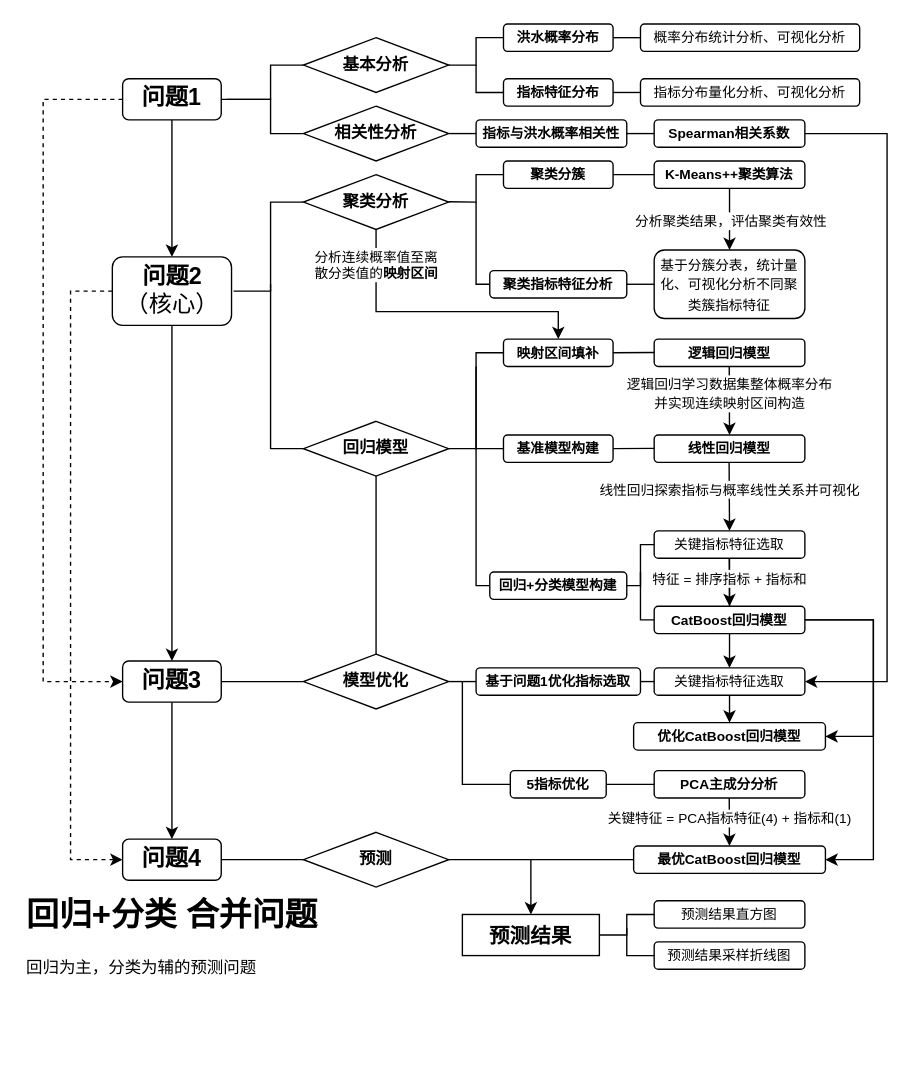
Before: APMCM24_cn/docs/流程图.drawio in drewjin/MathModeling, a draw.io diagram. Source tidied: cells renumbered, new cells numbered last; positions are measured from the earlier drawing's top-left corner, leaving out a move shared by most shapes. Both pictures are drawn from the tidied source at 137%, with x=0, y=0 at pixel (23, 23).
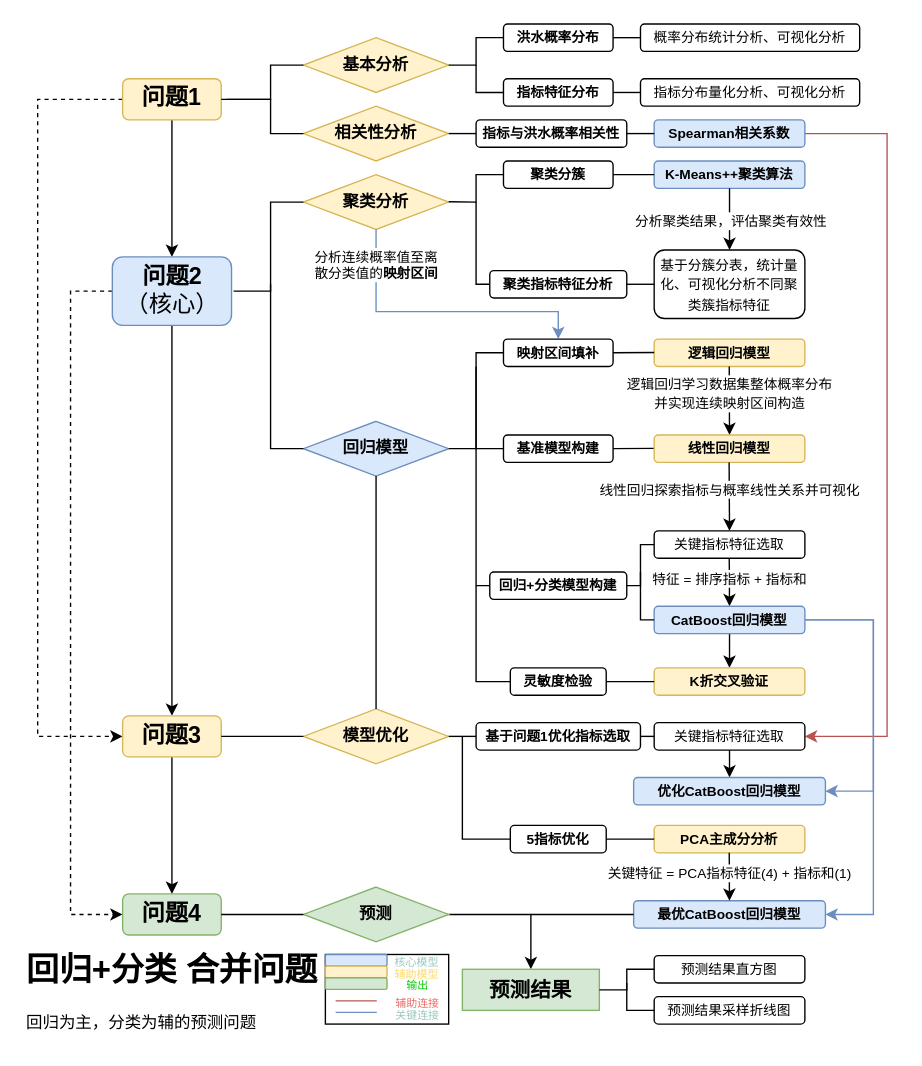
The same diagram, later.

Unchanged cells that the change refers to:
```xml
<mxCell id="44" value="&lt;font size=&quot;1&quot;&gt;&lt;b&gt;映射区间填补&lt;/b&gt;&lt;/font&gt;" style="rounded=1;whiteSpace=wrap;html=1;" parent="1" vertex="1">
  <mxGeometry x="350" y="230" width="80" height="20" as="geometry" />
</mxCell>
<mxCell id="57" value="&lt;font size=&quot;1&quot;&gt;关键指标特征选取&lt;/font&gt;" style="rounded=1;whiteSpace=wrap;html=1;" parent="1" vertex="1">
  <mxGeometry x="460" y="370" width="110" height="20" as="geometry" />
</mxCell>
```

Change to the diagram source:
```diff
@@
     <mxCell id="3" style="edgeStyle=orthogonalEdgeStyle;rounded=0;jettySize=auto;html=1;exitX=0;exitY=0.5;exitDx=0;exitDy=0;entryX=0;entryY=0.5;entryDx=0;entryDy=0;dashed=1;" parent="1" edge="1" source="4" target="9">
       <mxGeometry relative="1" as="geometry">
         <Array as="points">
-          <mxPoint x="14" y="55" />
-          <mxPoint x="14" y="480" />
+          <mxPoint x="10" y="55" />
+          <mxPoint x="10" y="520" />
         </Array>
       </mxGeometry>
     </mxCell>
-    <mxCell id="4" value="&lt;span style=&quot;font-size: 17px;&quot;&gt;&lt;b&gt;问题1&lt;/b&gt;&lt;/span&gt;" style="rounded=1;whiteSpace=wrap;html=1;" parent="1" vertex="1">
+    <mxCell id="4" value="&lt;span style=&quot;font-size: 17px;&quot;&gt;&lt;b&gt;问题1&lt;/b&gt;&lt;/span&gt;" style="rounded=1;whiteSpace=wrap;html=1;fillColor=#fff2cc;strokeColor=#d6b656;" parent="1" vertex="1">
       <mxGeometry x="72" y="40" width="72" height="30" as="geometry" />
     </mxCell>
@@
     <mxCell id="6" style="edgeStyle=orthogonalEdgeStyle;rounded=0;jettySize=auto;html=1;exitX=0;exitY=0.5;exitDx=0;exitDy=0;entryX=0;entryY=0.5;entryDx=0;entryDy=0;dashed=1;" parent="1" edge="1" source="7" target="10">
       <mxGeometry relative="1" as="geometry">
         <Array as="points">
           <mxPoint x="34" y="195" />
-          <mxPoint x="34" y="610" />
+          <mxPoint x="34" y="650" />
         </Array>
       </mxGeometry>
     </mxCell>
-    <mxCell id="7" value="&lt;span style=&quot;font-size: 17px;&quot;&gt;&lt;b&gt;问题2&lt;/b&gt;&lt;/span&gt;&lt;div&gt;&lt;span style=&quot;font-size: 17px;&quot;&gt;（核心）&lt;/span&gt;&lt;/div&gt;" style="rounded=1;whiteSpace=wrap;html=1;" parent="1" vertex="1">
+    <mxCell id="7" value="&lt;span style=&quot;font-size: 17px;&quot;&gt;&lt;b&gt;问题2&lt;/b&gt;&lt;/span&gt;&lt;div&gt;&lt;span style=&quot;font-size: 17px;&quot;&gt;（核心）&lt;/span&gt;&lt;/div&gt;" style="rounded=1;whiteSpace=wrap;html=1;fillColor=#dae8fc;strokeColor=#6c8ebf;" parent="1" vertex="1">
       <mxGeometry x="64.5" y="170" width="87" height="50" as="geometry" />
     </mxCell>
@@
-    <mxCell id="9" value="&lt;span style=&quot;font-size: 17px;&quot;&gt;&lt;b&gt;问题3&lt;/b&gt;&lt;/span&gt;" style="rounded=1;whiteSpace=wrap;html=1;" parent="1" vertex="1">
-      <mxGeometry x="72" y="465" width="72" height="30" as="geometry" />
+    <mxCell id="9" value="&lt;span style=&quot;font-size: 17px;&quot;&gt;&lt;b&gt;问题3&lt;/b&gt;&lt;/span&gt;" style="rounded=1;whiteSpace=wrap;html=1;fillColor=#fff2cc;strokeColor=#d6b656;" parent="1" vertex="1">
+      <mxGeometry x="72" y="505" width="72" height="30" as="geometry" />
     </mxCell>
-    <mxCell id="10" value="&lt;span style=&quot;font-size: 17px;&quot;&gt;&lt;b&gt;问题4&lt;/b&gt;&lt;/span&gt;" style="rounded=1;whiteSpace=wrap;html=1;" parent="1" vertex="1">
-      <mxGeometry x="72" y="595" width="72" height="30" as="geometry" />
+    <mxCell id="10" value="&lt;span style=&quot;font-size: 17px;&quot;&gt;&lt;b&gt;问题4&lt;/b&gt;&lt;/span&gt;" style="rounded=1;whiteSpace=wrap;html=1;fillColor=#d5e8d4;strokeColor=#82b366;" parent="1" vertex="1">
+      <mxGeometry x="72" y="635" width="72" height="30" as="geometry" />
     </mxCell>
-    <mxCell id="11" value="&lt;b&gt;基本分析&lt;/b&gt;" style="rhombus;whiteSpace=wrap;html=1;" parent="1" vertex="1">
+    <mxCell id="11" value="&lt;b&gt;基本分析&lt;/b&gt;" style="rhombus;whiteSpace=wrap;html=1;fillColor=#fff2cc;strokeColor=#d6b656;" parent="1" vertex="1">
       <mxGeometry x="204" y="10" width="106" height="40" as="geometry" />
     </mxCell>
-    <mxCell id="12" value="&lt;b&gt;相关性分析&lt;/b&gt;" style="rhombus;whiteSpace=wrap;html=1;" parent="1" vertex="1">
+    <mxCell id="12" value="&lt;b&gt;相关性分析&lt;/b&gt;" style="rhombus;whiteSpace=wrap;html=1;fillColor=#fff2cc;strokeColor=#d6b656;" parent="1" vertex="1">
       <mxGeometry x="204" y="60" width="106" height="40" as="geometry" />
     </mxCell>
@@
-    <mxCell id="25" style="edgeStyle=orthogonalEdgeStyle;rounded=0;jettySize=auto;html=1;exitX=1;exitY=0.5;exitDx=0;exitDy=0;entryX=1;entryY=0.5;entryDx=0;entryDy=0;" parent="1" edge="1" source="26" target="71">
+    <mxCell id="25" style="edgeStyle=orthogonalEdgeStyle;rounded=0;jettySize=auto;html=1;exitX=1;exitY=0.5;exitDx=0;exitDy=0;entryX=1;entryY=0.5;entryDx=0;entryDy=0;fillColor=#f8cecc;strokeColor=#b85450;" parent="1" edge="1" source="26" target="71">
       <mxGeometry relative="1" as="geometry">
         <Array as="points">
           <mxPoint x="630" y="80" />
-          <mxPoint x="630" y="480" />
+          <mxPoint x="630" y="520" />
         </Array>
       </mxGeometry>
     </mxCell>
-    <mxCell id="26" value="&lt;font size=&quot;1&quot;&gt;&lt;b&gt;Spearman相关系数&lt;/b&gt;&lt;/font&gt;" style="rounded=1;whiteSpace=wrap;html=1;" parent="1" vertex="1">
+    <mxCell id="26" value="&lt;font size=&quot;1&quot;&gt;&lt;b&gt;Spearman相关系数&lt;/b&gt;&lt;/font&gt;" style="rounded=1;whiteSpace=wrap;html=1;fillColor=#dae8fc;strokeColor=#6c8ebf;" parent="1" vertex="1">
       <mxGeometry x="460" y="70" width="110" height="20" as="geometry" />
     </mxCell>
@@
-    <mxCell id="28" value="&lt;b&gt;聚类分析&lt;/b&gt;" style="rhombus;whiteSpace=wrap;html=1;" parent="1" vertex="1">
+    <mxCell id="28" value="&lt;b&gt;聚类分析&lt;/b&gt;" style="rhombus;whiteSpace=wrap;html=1;fillColor=#fff2cc;strokeColor=#d6b656;" parent="1" vertex="1">
       <mxGeometry x="204" y="110" width="106" height="40" as="geometry" />
     </mxCell>
@@
-    <mxCell id="32" value="&lt;font size=&quot;1&quot;&gt;&lt;b&gt;K-Means++聚类算法&lt;/b&gt;&lt;/font&gt;" style="rounded=1;whiteSpace=wrap;html=1;" parent="1" vertex="1">
+    <mxCell id="32" value="&lt;font size=&quot;1&quot;&gt;&lt;b&gt;K-Means++聚类算法&lt;/b&gt;&lt;/font&gt;" style="rounded=1;whiteSpace=wrap;html=1;fillColor=#dae8fc;strokeColor=#6c8ebf;" parent="1" vertex="1">
       <mxGeometry x="460" y="100" width="110" height="20" as="geometry" />
     </mxCell>
@@
-    <mxCell id="40" style="endArrow=classic;html=1;rounded=0;exitX=0.5;exitY=1;exitDx=0;exitDy=0;entryX=0.5;entryY=0;entryDx=0;entryDy=0;" parent="1" edge="1" source="28" target="44">
+    <mxCell id="40" style="endArrow=classic;html=1;rounded=0;exitX=0.5;exitY=1;exitDx=0;exitDy=0;entryX=0.5;entryY=0;entryDx=0;entryDy=0;fillColor=#dae8fc;strokeColor=#6c8ebf;" parent="1" edge="1" source="28" target="44">
       <mxGeometry relative="1" as="geometry">
         <Array as="points">
           <mxPoint x="257" y="200" />
           <mxPoint x="257" y="210" />
           <mxPoint x="260" y="210" />
           <mxPoint x="310" y="210" />
           <mxPoint x="350" y="210" />
           <mxPoint x="370" y="210" />
           <mxPoint x="390" y="210" />
         </Array>
       </mxGeometry>
     </mxCell>
@@
-    <mxCell id="42" value="&lt;b&gt;回归模型&lt;/b&gt;" style="rhombus;whiteSpace=wrap;html=1;" parent="1" vertex="1">
+    <mxCell id="42" value="&lt;b&gt;回归模型&lt;/b&gt;" style="rhombus;whiteSpace=wrap;html=1;fillColor=#dae8fc;strokeColor=#6c8ebf;" parent="1" vertex="1">
       <mxGeometry x="204" y="290" width="106" height="40" as="geometry" />
     </mxCell>
@@
-    <mxCell id="46" value="&lt;font size=&quot;1&quot;&gt;&lt;b&gt;逻辑回归模型&lt;/b&gt;&lt;/font&gt;" style="rounded=1;whiteSpace=wrap;html=1;" parent="1" vertex="1">
+    <mxCell id="46" value="&lt;font size=&quot;1&quot;&gt;&lt;b&gt;逻辑回归模型&lt;/b&gt;&lt;/font&gt;" style="rounded=1;whiteSpace=wrap;html=1;fillColor=#fff2cc;strokeColor=#d6b656;" parent="1" vertex="1">
       <mxGeometry x="460" y="230" width="110" height="20" as="geometry" />
     </mxCell>
@@
-    <mxCell id="53" value="&lt;font size=&quot;1&quot;&gt;&lt;b&gt;线性回归模型&lt;/b&gt;&lt;/font&gt;" style="rounded=1;whiteSpace=wrap;html=1;" parent="1" vertex="1">
+    <mxCell id="53" value="&lt;font size=&quot;1&quot;&gt;&lt;b&gt;线性回归模型&lt;/b&gt;&lt;/font&gt;" style="rounded=1;whiteSpace=wrap;html=1;fillColor=#fff2cc;strokeColor=#d6b656;" parent="1" vertex="1">
       <mxGeometry x="460" y="300" width="110" height="20" as="geometry" />
     </mxCell>
@@
-    <mxCell id="56" style="edgeStyle=orthogonalEdgeStyle;rounded=0;jettySize=auto;html=1;" parent="1" edge="1" source="57" target="71">
-      <mxGeometry relative="1" as="geometry" />
-    </mxCell>
@@
-    <mxCell id="63" style="edgeStyle=orthogonalEdgeStyle;rounded=0;jettySize=auto;html=1;exitX=1;exitY=0.5;exitDx=0;exitDy=0;entryX=1;entryY=0.5;entryDx=0;entryDy=0;" parent="1" edge="1" source="65" target="75">
+    <mxCell id="63" style="edgeStyle=orthogonalEdgeStyle;rounded=0;jettySize=auto;html=1;exitX=1;exitY=0.5;exitDx=0;exitDy=0;entryX=1;entryY=0.5;entryDx=0;entryDy=0;fillColor=#dae8fc;strokeColor=#6c8ebf;" parent="1" edge="1" source="65" target="75">
       <mxGeometry relative="1" as="geometry">
         <Array as="points">
           <mxPoint x="620" y="435" />
-          <mxPoint x="620" y="520" />
+          <mxPoint x="620" y="560" />
         </Array>
       </mxGeometry>
     </mxCell>
-    <mxCell id="64" style="edgeStyle=orthogonalEdgeStyle;rounded=0;jettySize=auto;html=1;exitX=1;exitY=0.5;exitDx=0;exitDy=0;entryX=1;entryY=0.5;entryDx=0;entryDy=0;" parent="1" edge="1" source="65" target="80">
+    <mxCell id="64" style="edgeStyle=orthogonalEdgeStyle;rounded=0;jettySize=auto;html=1;exitX=1;exitY=0.5;exitDx=0;exitDy=0;entryX=1;entryY=0.5;entryDx=0;entryDy=0;fillColor=#dae8fc;strokeColor=#6c8ebf;" parent="1" edge="1" source="65" target="80">
       <mxGeometry relative="1" as="geometry">
         <Array as="points">
           <mxPoint x="620" y="435" />
-          <mxPoint x="620" y="610" />
+          <mxPoint x="620" y="650" />
         </Array>
       </mxGeometry>
     </mxCell>
+    <mxCell id="93" style="edgeStyle=orthogonalEdgeStyle;rounded=0;jettySize=auto;html=1;exitX=0.5;exitY=1;exitDx=0;exitDy=0;" parent="1" edge="1" source="65" target="96">
+      <mxGeometry relative="1" as="geometry" />
+    </mxCell>
-    <mxCell id="65" value="&lt;font size=&quot;1&quot;&gt;&lt;b&gt;CatBoost回归模型&lt;/b&gt;&lt;/font&gt;" style="rounded=1;whiteSpace=wrap;html=1;" parent="1" vertex="1">
+    <mxCell id="65" value="&lt;font size=&quot;1&quot;&gt;&lt;b&gt;CatBoost回归模型&lt;/b&gt;&lt;/font&gt;" style="rounded=1;whiteSpace=wrap;html=1;fillColor=#dae8fc;strokeColor=#6c8ebf;" parent="1" vertex="1">
       <mxGeometry x="460" y="425" width="110" height="20" as="geometry" />
     </mxCell>
@@
-    <mxCell id="67" value="&lt;b&gt;模型优化&lt;/b&gt;" style="rhombus;whiteSpace=wrap;html=1;" parent="1" vertex="1">
-      <mxGeometry x="204" y="460" width="106" height="40" as="geometry" />
+    <mxCell id="67" value="&lt;b&gt;模型优化&lt;/b&gt;" style="rhombus;whiteSpace=wrap;html=1;fillColor=#fff2cc;strokeColor=#d6b656;" parent="1" vertex="1">
+      <mxGeometry x="204" y="500" width="106" height="40" as="geometry" />
     </mxCell>
@@
     <mxCell id="71" value="&lt;font size=&quot;1&quot;&gt;关键指标特征选取&lt;/font&gt;" style="rounded=1;whiteSpace=wrap;html=1;" parent="1" vertex="1">
-      <mxGeometry x="460" y="470" width="110" height="20" as="geometry" />
+      <mxGeometry x="460" y="510" width="110" height="20" as="geometry" />
     </mxCell>
     <mxCell id="72" value="&lt;font size=&quot;1&quot;&gt;&lt;b&gt;基于问题1优化指标选取&lt;/b&gt;&lt;/font&gt;" style="rounded=1;whiteSpace=wrap;html=1;" parent="1" vertex="1">
-      <mxGeometry x="330" y="470" width="120" height="20" as="geometry" />
+      <mxGeometry x="330" y="510" width="120" height="20" as="geometry" />
     </mxCell>
@@
-    <mxCell id="75" value="&lt;font size=&quot;1&quot;&gt;&lt;b&gt;优化CatBoost回归模型&lt;/b&gt;&lt;/font&gt;" style="rounded=1;whiteSpace=wrap;html=1;" parent="1" vertex="1">
-      <mxGeometry x="445" y="510" width="140" height="20" as="geometry" />
+    <mxCell id="75" value="&lt;font size=&quot;1&quot;&gt;&lt;b&gt;优化CatBoost回归模型&lt;/b&gt;&lt;/font&gt;" style="rounded=1;whiteSpace=wrap;html=1;fillColor=#dae8fc;strokeColor=#6c8ebf;" parent="1" vertex="1">
+      <mxGeometry x="445" y="550" width="140" height="20" as="geometry" />
     </mxCell>
     <mxCell id="76" value="&lt;font size=&quot;1&quot;&gt;&lt;b&gt;5指标优化&lt;/b&gt;&lt;/font&gt;" style="rounded=1;whiteSpace=wrap;html=1;" parent="1" vertex="1">
-      <mxGeometry x="355" y="545" width="70" height="20" as="geometry" />
+      <mxGeometry x="355" y="585" width="70" height="20" as="geometry" />
     </mxCell>
     <mxCell id="77" style="endArrow=none;html=1;rounded=0;entryX=0;entryY=0.5;entryDx=0;entryDy=0;" parent="1" edge="1" target="76">
       <mxGeometry relative="1" as="geometry">
-        <mxPoint x="320" y="480" as="sourcePoint" />
+        <mxPoint x="320" y="520" as="sourcePoint" />
         <Array as="points">
-          <mxPoint x="320" y="555" />
+          <mxPoint x="320" y="595" />
         </Array>
       </mxGeometry>
     </mxCell>
-    <mxCell id="78" value="&lt;font size=&quot;1&quot;&gt;&lt;b&gt;PCA主成分分析&lt;/b&gt;&lt;/font&gt;" style="rounded=1;whiteSpace=wrap;html=1;" parent="1" vertex="1">
-      <mxGeometry x="460" y="545" width="110" height="20" as="geometry" />
+    <mxCell id="78" value="&lt;font size=&quot;1&quot;&gt;&lt;b&gt;PCA主成分分析&lt;/b&gt;&lt;/font&gt;" style="rounded=1;whiteSpace=wrap;html=1;fillColor=#fff2cc;strokeColor=#d6b656;" parent="1" vertex="1">
+      <mxGeometry x="460" y="585" width="110" height="20" as="geometry" />
     </mxCell>
@@
-    <mxCell id="80" value="&lt;font size=&quot;1&quot;&gt;&lt;b&gt;最优CatBoost回归模型&lt;/b&gt;&lt;/font&gt;" style="rounded=1;whiteSpace=wrap;html=1;" parent="1" vertex="1">
-      <mxGeometry x="445" y="600" width="140" height="20" as="geometry" />
+    <mxCell id="80" value="&lt;font size=&quot;1&quot;&gt;&lt;b&gt;最优CatBoost回归模型&lt;/b&gt;&lt;/font&gt;" style="rounded=1;whiteSpace=wrap;html=1;fillColor=#dae8fc;strokeColor=#6c8ebf;" parent="1" vertex="1">
+      <mxGeometry x="445" y="640" width="140" height="20" as="geometry" />
     </mxCell>
     <mxCell id="81" style="endArrow=classic;html=1;rounded=0;exitX=0.5;exitY=1;exitDx=0;exitDy=0;" parent="1" edge="1" target="80">
       <mxGeometry relative="1" as="geometry">
-        <mxPoint x="514.8" y="565" as="sourcePoint" />
+        <mxPoint x="514.8" y="605" as="sourcePoint" />
       </mxGeometry>
     </mxCell>
@@
-    <mxCell id="84" value="&lt;b&gt;预测&lt;/b&gt;" style="rhombus;whiteSpace=wrap;html=1;" parent="1" vertex="1">
-      <mxGeometry x="204" y="590" width="106" height="40" as="geometry" />
+    <mxCell id="84" value="&lt;b&gt;预测&lt;/b&gt;" style="rhombus;whiteSpace=wrap;html=1;fillColor=#d5e8d4;strokeColor=#82b366;" parent="1" vertex="1">
+      <mxGeometry x="204" y="630" width="106" height="40" as="geometry" />
     </mxCell>
@@
     <mxCell id="86" style="endArrow=none;html=1;rounded=0;entryX=0;entryY=0.5;entryDx=0;entryDy=0;" parent="1" edge="1" target="80">
       <mxGeometry relative="1" as="geometry">
-        <mxPoint x="370" y="610" as="sourcePoint" />
+        <mxPoint x="370" y="650" as="sourcePoint" />
       </mxGeometry>
     </mxCell>
-    <mxCell id="87" value="&lt;b&gt;&lt;font style=&quot;font-size: 15px;&quot;&gt;预测结果&lt;/font&gt;&lt;/b&gt;" style="rounded=0;whiteSpace=wrap;html=1;" parent="1" vertex="1">
-      <mxGeometry x="320" y="650" width="100" height="30" as="geometry" />
+    <mxCell id="87" value="&lt;b&gt;&lt;font style=&quot;font-size: 15px;&quot;&gt;预测结果&lt;/font&gt;&lt;/b&gt;" style="rounded=0;whiteSpace=wrap;html=1;fillColor=#d5e8d4;strokeColor=#82b366;" parent="1" vertex="1">
+      <mxGeometry x="320" y="690" width="100" height="30" as="geometry" />
     </mxCell>
     <mxCell id="88" value="&lt;font size=&quot;1&quot;&gt;预测结果直方图&lt;/font&gt;" style="rounded=1;whiteSpace=wrap;html=1;" parent="1" vertex="1">
-      <mxGeometry x="460" y="640" width="110" height="20" as="geometry" />
+      <mxGeometry x="460" y="680" width="110" height="20" as="geometry" />
     </mxCell>
     <mxCell id="89" style="endArrow=none;html=1;rounded=0;exitX=1;exitY=0.5;exitDx=0;exitDy=0;entryX=0;entryY=0.5;entryDx=0;entryDy=0;" parent="1" edge="1" source="87" target="88">
       <mxGeometry relative="1" as="geometry">
         <Array as="points">
-          <mxPoint x="440" y="665" />
-          <mxPoint x="440" y="650" />
+          <mxPoint x="440" y="705" />
+          <mxPoint x="440" y="690" />
         </Array>
       </mxGeometry>
     </mxCell>
     <mxCell id="90" value="&lt;font size=&quot;1&quot;&gt;预测结果采样折线图&lt;/font&gt;" style="rounded=1;whiteSpace=wrap;html=1;" parent="1" vertex="1">
-      <mxGeometry x="460" y="670" width="110" height="20" as="geometry" />
+      <mxGeometry x="460" y="710" width="110" height="20" as="geometry" />
     </mxCell>
     <mxCell id="91" style="endArrow=none;html=1;rounded=0;entryX=0;entryY=0.5;entryDx=0;entryDy=0;" parent="1" edge="1" target="90">
       <mxGeometry relative="1" as="geometry">
-        <mxPoint x="440" y="660" as="sourcePoint" />
+        <mxPoint x="440" y="700" as="sourcePoint" />
         <Array as="points">
-          <mxPoint x="440" y="680" />
+          <mxPoint x="440" y="720" />
         </Array>
       </mxGeometry>
     </mxCell>
     <mxCell id="92" value="&lt;h1 style=&quot;margin-top: 0px;&quot;&gt;回归+分类 合并问题&lt;/h1&gt;&lt;div&gt;回归为主，分类为辅的预测问题&lt;/div&gt;" style="text;html=1;whiteSpace=wrap;overflow=hidden;rounded=0;" parent="1" vertex="1">
-      <mxGeometry y="630" width="250" height="70" as="geometry" />
+      <mxGeometry y="670" width="250" height="70" as="geometry" />
     </mxCell>
+    <mxCell id="94" value="&lt;font size=&quot;1&quot;&gt;&lt;b&gt;灵敏度检验&lt;/b&gt;&lt;/font&gt;" style="rounded=1;whiteSpace=wrap;html=1;" parent="1" vertex="1">
+      <mxGeometry x="355" y="470" width="70" height="20" as="geometry" />
+    </mxCell>
+    <mxCell id="95" style="endArrow=none;html=1;rounded=0;entryX=0;entryY=0.5;entryDx=0;entryDy=0;" parent="1" edge="1" target="94">
+      <mxGeometry relative="1" as="geometry">
+        <mxPoint x="330" y="410" as="sourcePoint" />
+        <Array as="points">
+          <mxPoint x="330" y="480" />
+        </Array>
+      </mxGeometry>
+    </mxCell>
+    <mxCell id="96" value="&lt;font size=&quot;1&quot;&gt;&lt;b&gt;K折交叉验证&lt;/b&gt;&lt;/font&gt;" style="rounded=1;whiteSpace=wrap;html=1;fillColor=#fff2cc;strokeColor=#d6b656;" parent="1" vertex="1">
+      <mxGeometry x="460" y="470" width="110" height="20" as="geometry" />
+    </mxCell>
+    <mxCell id="97" style="endArrow=none;html=1;rounded=0;exitX=1;exitY=0.5;exitDx=0;exitDy=0;entryX=0;entryY=0.5;entryDx=0;entryDy=0;" parent="1" edge="1" source="94" target="96">
+      <mxGeometry relative="1" as="geometry" />
+    </mxCell>
+    <mxCell id="98" style="group;" parent="1" vertex="1">
+      <mxGeometry x="220" y="675" width="90" height="55" as="geometry" />
+    </mxCell>
+    <mxCell id="99" style="rounded=0;whiteSpace=wrap;html=1;" parent="98" vertex="1">
+      <mxGeometry y="4.2" width="90" height="50.8" as="geometry" />
+    </mxCell>
+    <mxCell id="100" style="rounded=1;whiteSpace=wrap;html=1;fillColor=#dae8fc;strokeColor=#6c8ebf;" parent="98" vertex="1">
+      <mxGeometry y="4.2" width="45" height="8.5" as="geometry" />
+    </mxCell>
+    <mxCell id="101" style="rounded=1;whiteSpace=wrap;html=1;fillColor=#fff2cc;strokeColor=#d6b656;" parent="98" vertex="1">
+      <mxGeometry y="12.7" width="45" height="8.5" as="geometry" />
+    </mxCell>
+    <mxCell id="102" style="rounded=1;whiteSpace=wrap;html=1;fillColor=#d5e8d4;strokeColor=#82b366;" parent="98" vertex="1">
+      <mxGeometry y="21.2" width="45" height="8.5" as="geometry" />
+    </mxCell>
+    <mxCell id="103" style="endArrow=none;html=1;rounded=0;exitX=0;exitY=0.833;exitDx=0;exitDy=0;exitPerimeter=0;fillColor=#f8cecc;strokeColor=#b85450;" parent="98" edge="1">
+      <mxGeometry relative="1" as="geometry">
+        <mxPoint x="7.5" y="38.1" as="sourcePoint" />
+        <mxPoint x="37.5" y="38.1" as="targetPoint" />
+      </mxGeometry>
+    </mxCell>
+    <mxCell id="104" style="endArrow=none;html=1;rounded=0;exitX=0;exitY=0.833;exitDx=0;exitDy=0;exitPerimeter=0;fillColor=#dae8fc;strokeColor=#6c8ebf;" parent="98" edge="1">
+      <mxGeometry relative="1" as="geometry">
+        <mxPoint x="7.5" y="46.5" as="sourcePoint" />
+        <mxPoint x="37.5" y="46.5" as="targetPoint" />
+      </mxGeometry>
+    </mxCell>
+    <mxCell id="105" value="&lt;font color=&quot;#9ac7bf&quot; style=&quot;font-size: 8px;&quot;&gt;核心模型&lt;/font&gt;" style="text;strokeColor=none;fillColor=none;align=left;verticalAlign=middle;spacingLeft=4;spacingRight=4;overflow=hidden;whiteSpace=wrap;html=1;" parent="98" vertex="1">
+      <mxGeometry x="45" width="45" height="16.9" as="geometry" />
+    </mxCell>
+    <mxCell id="106" value="&lt;font color=&quot;#ffd966&quot; style=&quot;font-size: 8px;&quot;&gt;辅助模型&lt;/font&gt;" style="text;strokeColor=none;fillColor=none;align=left;verticalAlign=middle;spacingLeft=4;spacingRight=4;overflow=hidden;whiteSpace=wrap;html=1;" parent="98" vertex="1">
+      <mxGeometry x="45" y="8.5" width="45" height="16.9" as="geometry" />
+    </mxCell>
+    <mxCell id="107" value="&lt;font color=&quot;#00cc00&quot; style=&quot;font-size: 8px;&quot;&gt;输出&lt;/font&gt;" style="text;strokeColor=none;fillColor=none;align=center;verticalAlign=middle;spacingLeft=4;spacingRight=4;overflow=hidden;whiteSpace=wrap;html=1;" parent="98" vertex="1">
+      <mxGeometry x="45" y="16.9" width="45" height="16.9" as="geometry" />
+    </mxCell>
+    <mxCell id="108" value="&lt;font color=&quot;#ea6b66&quot; style=&quot;font-size: 8px;&quot;&gt;辅助连接&lt;/font&gt;" style="text;strokeColor=none;fillColor=none;align=center;verticalAlign=middle;spacingLeft=4;spacingRight=4;overflow=hidden;whiteSpace=wrap;html=1;" parent="98" vertex="1">
+      <mxGeometry x="45" y="29.6" width="45" height="16.9" as="geometry" />
+    </mxCell>
+    <mxCell id="109" value="&lt;span style=&quot;font-size: 8px;&quot;&gt;&lt;font color=&quot;#9ac7bf&quot;&gt;关键连接&lt;/font&gt;&lt;/span&gt;" style="text;strokeColor=none;fillColor=none;align=center;verticalAlign=middle;spacingLeft=4;spacingRight=4;overflow=hidden;whiteSpace=wrap;html=1;" parent="98" vertex="1">
+      <mxGeometry x="45" y="38.1" width="45" height="16.9" as="geometry" />
+    </mxCell>
```
